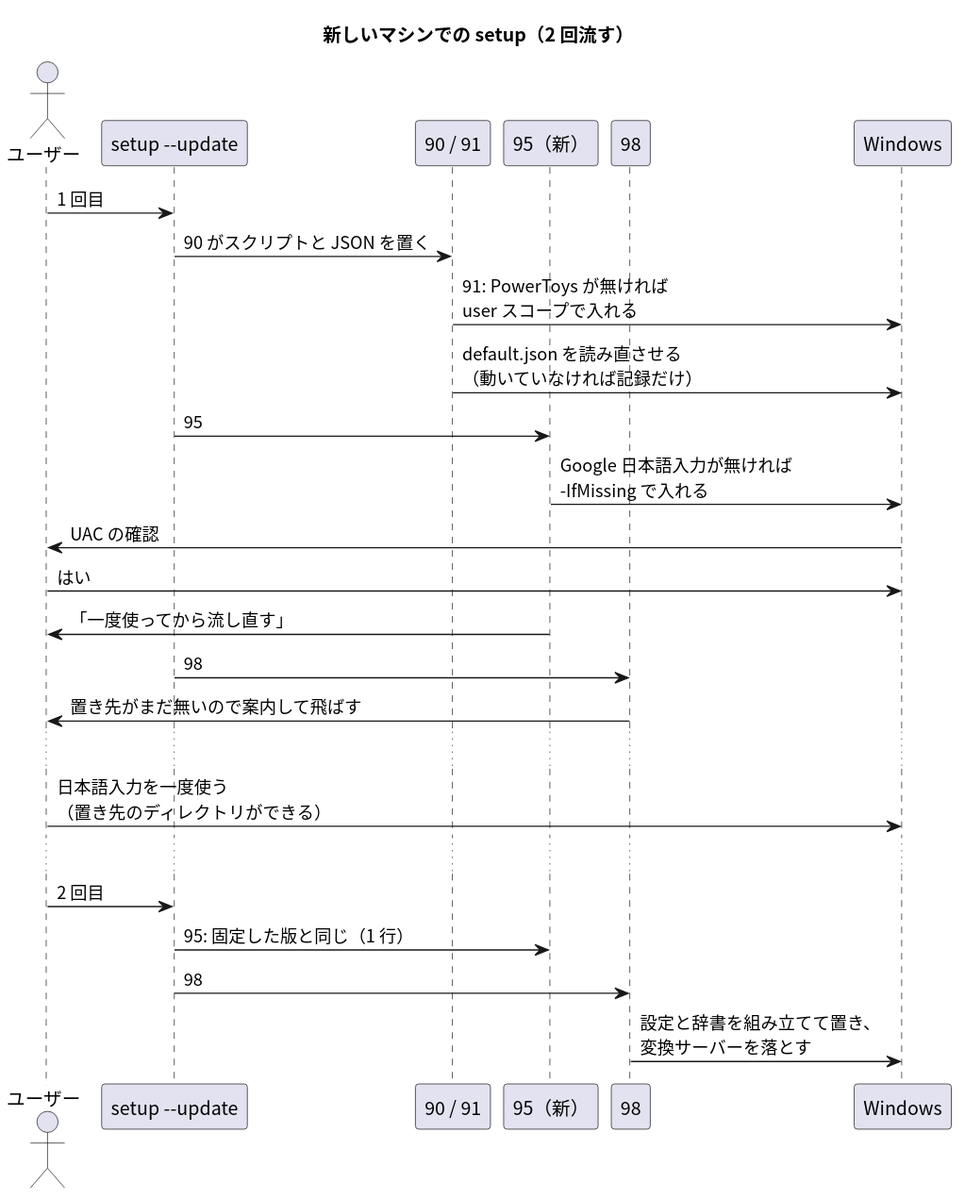
This is docs/adr/017_win_apps_winget_20261012T115007JST/plantuml/out/03_new_machine.svg from pollenjp/dotfiles, a PlantUML export, as it was before one commit. Its diagram source:
```plantuml
@startuml
skinparam backgroundColor #FFFFFF
skinparam defaultFontName "Noto Sans CJK JP"
skinparam shadowing false
skinparam sequenceMessageAlign left

title 新しいマシンでの setup（2 回流す）

actor "ユーザー" as U
participant "setup --update" as S
participant "90 / 91" as P91
participant "95（新）" as P95
participant "98" as P98
participant "Windows" as W

U -> S : 1 回目
S -> P91 : 90 がスクリプトと JSON を置く
P91 -> W : 91: PowerToys が無ければ\nuser スコープで入れる
P91 -> W : default.json を読み直させる\n（動いていなければ記録だけ）
S -> P95 : 95
P95 -> W : Google 日本語入力が無ければ\n-IfMissing で入れる
W -> U : UAC の確認
U -> W : はい
P95 -> U : 「一度使ってから流し直す」
S -> P98 : 98
P98 -> U : 置き先がまだ無いので案内して飛ばす
...
U -> W : 日本語入力を一度使う\n（置き先のディレクトリができる）
...
U -> S : 2 回目
S -> P95 : 95: 固定した版と同じ（1 行）
S -> P98 : 98
P98 -> W : 設定と辞書を組み立てて置き、\n変換サーバーを落とす
@enduml
```
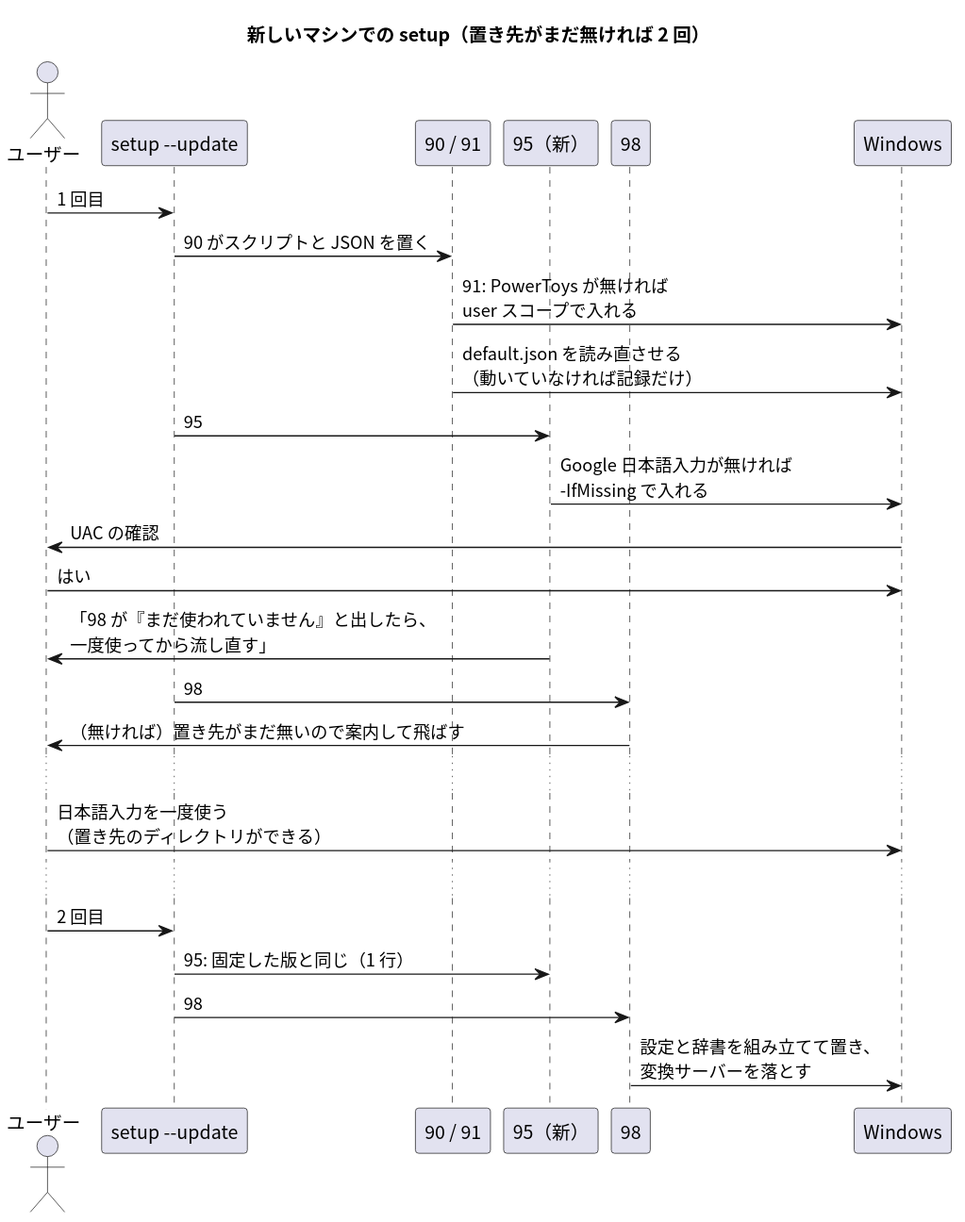
Above is the later version.

Commit message:
docs: Keyboard Manager が settings.json を読む事実と、setup を 2 回流すのは置き先がまだ無いときだけであることを、README と ADR に書く (TKT-143)

Change to the diagram source:
```diff
@@ -4,7 +4,7 @@
 skinparam shadowing false
 skinparam sequenceMessageAlign left
 
-title 新しいマシンでの setup（2 回流す）
+title 新しいマシンでの setup（置き先がまだ無ければ 2 回）
 
 actor "ユーザー" as U
 participant "setup --update" as S
@@ -21,9 +21,9 @@
 P95 -> W : Google 日本語入力が無ければ\n-IfMissing で入れる
 W -> U : UAC の確認
 U -> W : はい
-P95 -> U : 「一度使ってから流し直す」
+P95 -> U : 「98 が『まだ使われていません』と出したら、\n一度使ってから流し直す」
 S -> P98 : 98
-P98 -> U : 置き先がまだ無いので案内して飛ばす
+P98 -> U : （無ければ）置き先がまだ無いので案内して飛ばす
 ...
 U -> W : 日本語入力を一度使う\n（置き先のディレクトリができる）
 ...
```
